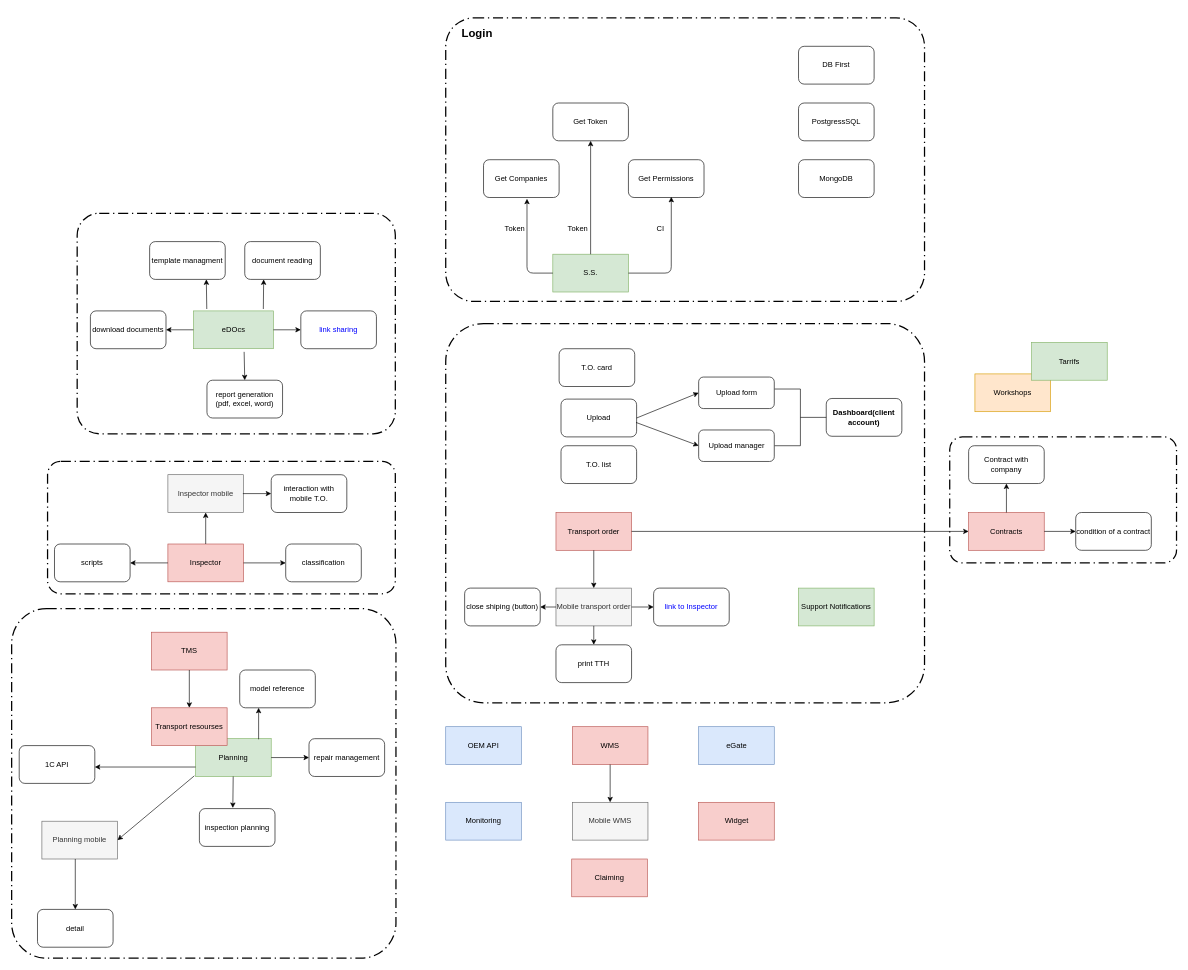
Before: universal diagram.drawio in annastazi02/diagrams, a draw.io diagram. Source tidied: cells renumbered, new cells numbered last; positions are measured from the earlier drawing's top-left corner, leaving out a move shared by most shapes. Both pictures are drawn from the tidied source at 63%, with x=0, y=0 at pixel (11, 18).
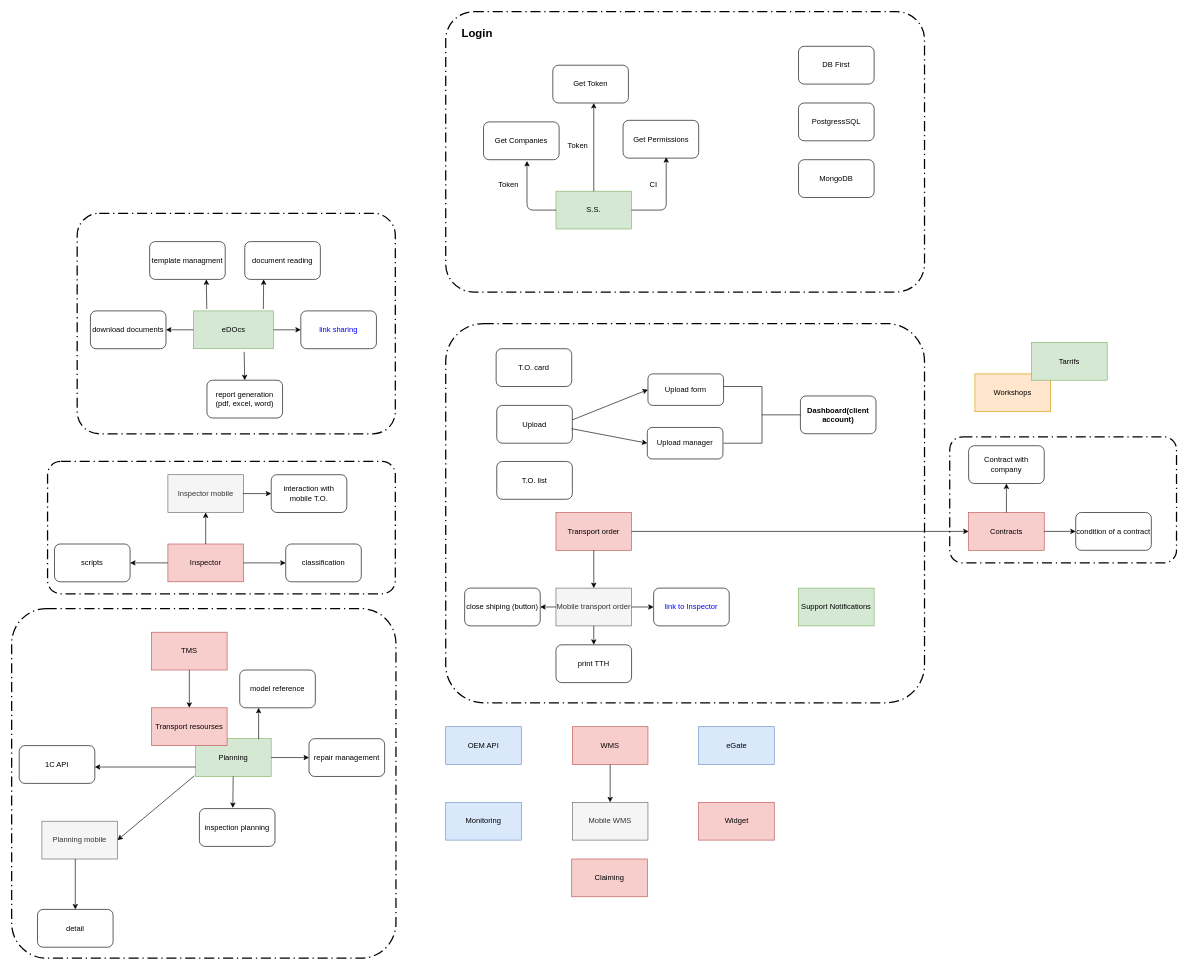
The same diagram, later.

The edit, as a diff of the source:
```diff
@@
     <mxCell id="6" value="&#10;&#10;" style="rounded=1;arcSize=10;dashed=1;strokeColor=#000000;fillColor=none;gradientColor=none;dashPattern=8 3 1 3;strokeWidth=2;" parent="1" vertex="1">
-      <mxGeometry x="689" width="760" height="450" as="geometry" />
+      <mxGeometry x="689" y="-10" width="760" height="445" as="geometry" />
     </mxCell>
@@
     <mxCell id="25" value="S.S." style="rounded=0;whiteSpace=wrap;html=1;fillColor=#d5e8d4;strokeColor=#82b366;" parent="1" vertex="1">
-      <mxGeometry x="859" y="375" width="120" height="60" as="geometry" />
+      <mxGeometry x="864" y="275" width="120" height="60" as="geometry" />
     </mxCell>
@@
     <mxCell id="30" value="Get Companies" style="rounded=1;whiteSpace=wrap;html=1;" parent="1" vertex="1">
-      <mxGeometry x="749" y="225" width="120" height="60" as="geometry" />
+      <mxGeometry x="749" y="165" width="120" height="60" as="geometry" />
     </mxCell>
     <mxCell id="31" value="Get Permissions" style="rounded=1;whiteSpace=wrap;html=1;" parent="1" vertex="1">
-      <mxGeometry x="979" y="225" width="120" height="60" as="geometry" />
+      <mxGeometry x="970.5" y="162.5" width="120" height="60" as="geometry" />
     </mxCell>
     <mxCell id="32" style="endArrow=classic;html=1;exitX=0;exitY=0.5;exitDx=0;exitDy=0;entryX=0.575;entryY=1.033;entryDx=0;entryDy=0;entryPerimeter=0;" parent="1" edge="1" source="25" target="30">
       <mxGeometry relative="1" as="geometry">
         <Array as="points">
-          <mxPoint x="818" y="405" />
+          <mxPoint x="818" y="305" />
         </Array>
       </mxGeometry>
     </mxCell>
-    <mxCell id="33" style="endArrow=classic;html=1;entryX=0.567;entryY=0.983;entryDx=0;entryDy=0;entryPerimeter=0;exitX=1;exitY=0.5;exitDx=0;exitDy=0;" parent="1" edge="1" source="25" target="31">
+    <mxCell id="33" style="endArrow=classic;html=1;exitX=1;exitY=0.5;exitDx=0;exitDy=0;" parent="1" edge="1" source="25">
       <mxGeometry relative="1" as="geometry">
+        <mxPoint x="1039" y="221" as="targetPoint" />
         <Array as="points">
-          <mxPoint x="1047" y="405" />
+          <mxPoint x="1039" y="305" />
         </Array>
       </mxGeometry>
     </mxCell>
     <mxCell id="34" value="Get Token" style="rounded=1;whiteSpace=wrap;html=1;" parent="1" vertex="1">
-      <mxGeometry x="859" y="135" width="120" height="60" as="geometry" />
+      <mxGeometry x="859" y="75" width="120" height="60" as="geometry" />
     </mxCell>
-    <mxCell id="35" style="endArrow=classic;html=1;entryX=0.5;entryY=1;entryDx=0;entryDy=0;" parent="1" edge="1" source="25" target="34">
-      <mxGeometry relative="1" as="geometry" />
+    <mxCell id="35" style="endArrow=classic;html=1;exitX=0.5;exitY=0;exitDx=0;exitDy=0;" parent="1" edge="1" source="25">
+      <mxGeometry relative="1" as="geometry">
+        <mxPoint x="924" y="135" as="targetPoint" />
+      </mxGeometry>
     </mxCell>
     <mxCell id="36" value="Token" style="text;html=1;strokeColor=none;fillColor=none;align=center;verticalAlign=middle;whiteSpace=wrap;rounded=0;" parent="1" vertex="1">
-      <mxGeometry x="779" y="325" width="40" height="20" as="geometry" />
+      <mxGeometry x="769" y="255" width="40" height="20" as="geometry" />
     </mxCell>
     <mxCell id="37" value="Token" style="text;html=1;strokeColor=none;fillColor=none;align=center;verticalAlign=middle;whiteSpace=wrap;rounded=0;" parent="1" vertex="1">
-      <mxGeometry x="879" y="325" width="40" height="20" as="geometry" />
+      <mxGeometry x="879" y="192.5" width="40" height="20" as="geometry" />
     </mxCell>
     <mxCell id="38" value="CI" style="text;html=1;strokeColor=none;fillColor=none;align=center;verticalAlign=middle;whiteSpace=wrap;rounded=0;" parent="1" vertex="1">
-      <mxGeometry x="1010" y="325" width="40" height="20" as="geometry" />
+      <mxGeometry x="999" y="255" width="40" height="20" as="geometry" />
     </mxCell>
@@
     <mxCell id="44" value="T.O. list" style="rounded=1;whiteSpace=wrap;html=1;" parent="1" vertex="1">
-      <mxGeometry x="872" y="679" width="120" height="60" as="geometry" />
+      <mxGeometry x="770" y="704" width="120" height="60" as="geometry" />
     </mxCell>
     <mxCell id="45" value="T.O. card" style="rounded=1;whiteSpace=wrap;html=1;" parent="1" vertex="1">
-      <mxGeometry x="869" y="525" width="120" height="60" as="geometry" />
+      <mxGeometry x="769" y="525" width="120" height="60" as="geometry" />
     </mxCell>
     <mxCell id="46" value="Upload" style="rounded=1;whiteSpace=wrap;html=1;" parent="1" vertex="1">
-      <mxGeometry x="872" y="605" width="120" height="60" as="geometry" />
+      <mxGeometry x="770" y="615" width="120" height="60" as="geometry" />
     </mxCell>
     <mxCell id="47" value="Upload form" style="rounded=1;whiteSpace=wrap;html=1;" parent="1" vertex="1">
-      <mxGeometry x="1090.5" y="570" width="120" height="50" as="geometry" />
+      <mxGeometry x="1010" y="565" width="120" height="50" as="geometry" />
     </mxCell>
-    <mxCell id="48" style="endArrow=classic;html=1;exitX=0.992;exitY=0.617;exitDx=0;exitDy=0;entryX=0;entryY=0.5;entryDx=0;entryDy=0;exitPerimeter=0;" parent="1" edge="1" source="46" target="49">
-      <mxGeometry relative="1" as="geometry" />
+    <mxCell id="48" style="endArrow=classic;html=1;entryX=0;entryY=0.5;entryDx=0;entryDy=0;" parent="1" edge="1" target="49">
+      <mxGeometry relative="1" as="geometry">
+        <mxPoint x="889" y="652" as="sourcePoint" />
+      </mxGeometry>
     </mxCell>
     <mxCell id="49" value="Upload manager" style="rounded=1;whiteSpace=wrap;html=1;" parent="1" vertex="1">
-      <mxGeometry x="1090.5" y="654" width="120" height="50" as="geometry" />
+      <mxGeometry x="1009" y="650" width="120" height="50" as="geometry" />
     </mxCell>
     <mxCell id="50" value="&lt;b&gt;Dashboard(client account)&lt;/b&gt;" style="rounded=1;whiteSpace=wrap;html=1;" parent="1" vertex="1">
-      <mxGeometry x="1293" y="604" width="120" height="60" as="geometry" />
+      <mxGeometry x="1252" y="600" width="120" height="60" as="geometry" />
     </mxCell>
     <mxCell id="51" style="html=1;shape=mxgraph.flowchart.annotation_2;align=left;labelPosition=right;rotation=-180;" parent="1" vertex="1">
-      <mxGeometry x="1211" y="589" width="82" height="90" as="geometry" />
+      <mxGeometry x="1130" y="585" width="122" height="90" as="geometry" />
     </mxCell>
@@
-    <mxCell id="92" style="endArrow=classic;html=1;exitX=1;exitY=0.5;exitDx=0;exitDy=0;entryX=0;entryY=0.5;entryDx=0;entryDy=0;" parent="1" edge="1" source="46" target="47">
+    <mxCell id="92" style="endArrow=classic;html=1;exitX=1;exitY=0.383;exitDx=0;exitDy=0;entryX=0;entryY=0.5;entryDx=0;entryDy=0;exitPerimeter=0;" parent="1" edge="1" source="46" target="47">
       <mxGeometry relative="1" as="geometry" />
     </mxCell>
```
